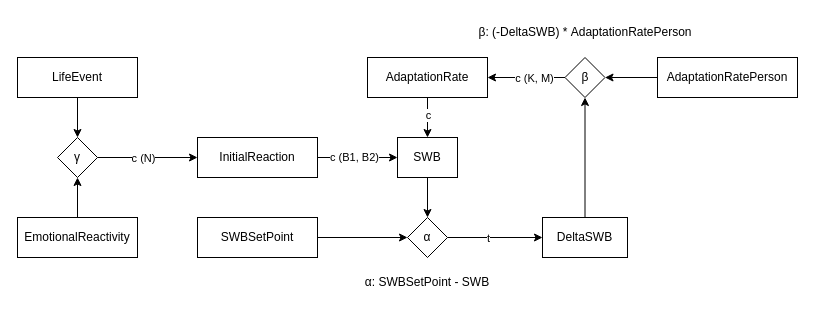
Above: page "Theory" (3 of 4) of VAST/setpoint_definitions.drawio in alpkaanaksu/setpoint (draw.io), before the change. Source tidied: cells renumbered, new cells numbered last; positions are measured from the earlier drawing's top-left corner, leaving out a move shared by most shapes. Both pictures are drawn from the tidied source at 100%, with x=0, y=0 at pixel (17, 17).
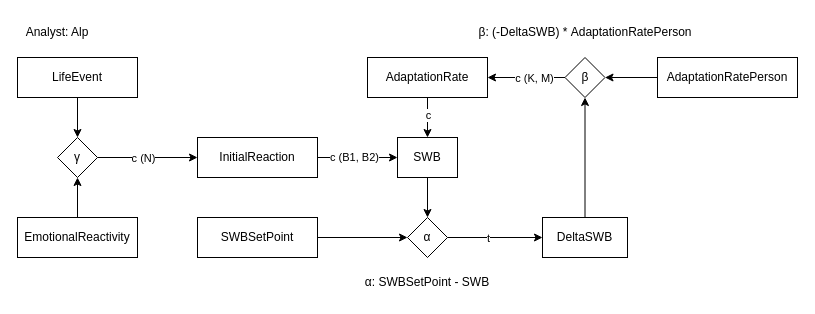
The same diagram, later.

Diff of the diagram source:
```diff
@@
+    <mxCell id="31" value="Analyst: Alp" style="text;html=1;align=center;verticalAlign=middle;whiteSpace=wrap;rounded=0;" parent="1" vertex="1">
+      <mxGeometry width="80" height="30" as="geometry" />
+    </mxCell>
```
